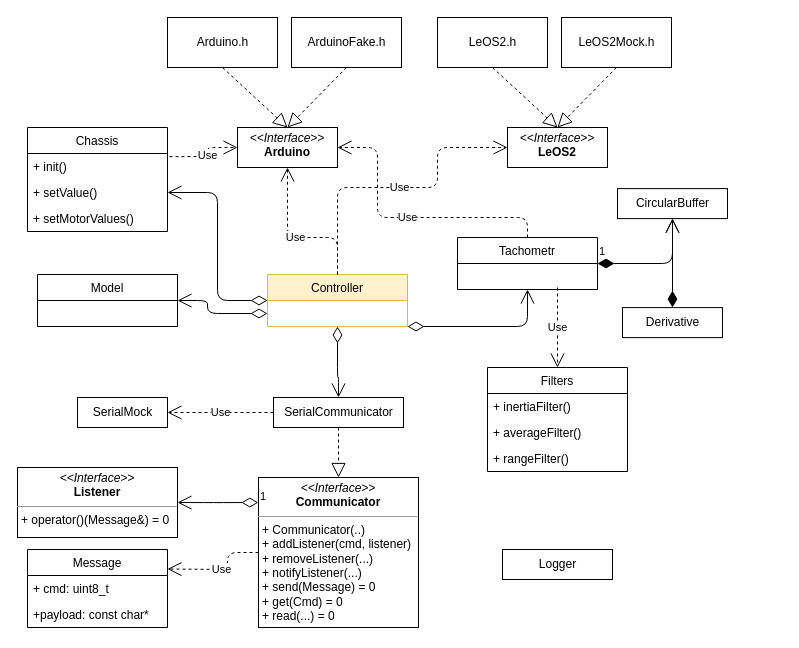
Before: hardware/nirs/docs/firmware.drawio in tamerlanchik/RoboCar, a draw.io diagram. Source tidied: cells renumbered, new cells numbered last; positions are measured from the earlier drawing's top-left corner, leaving out a move shared by most shapes. Both pictures are drawn from the tidied source at 100%, with x=0, y=0 at pixel (17, 17).
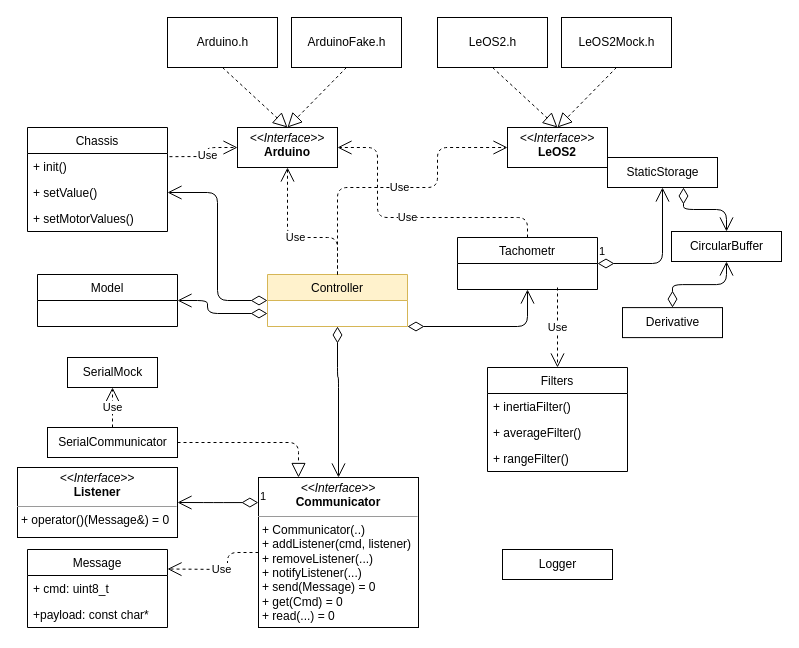
After the change.

The change refers to these unchanged cells:
```xml
<mxCell id="12" value="Controller" style="swimlane;fontStyle=0;horizontal=1;startSize=26;fillColor=#fff2cc;strokeColor=#d6b656;" parent="1" vertex="1">
  <mxGeometry x="250" y="257" width="140" height="52" as="geometry" />
</mxCell>
<mxCell id="13" value="&lt;p style=&quot;margin: 0px ; margin-top: 4px ; text-align: center&quot;&gt;&lt;i&gt;&amp;lt;&amp;lt;Interface&amp;gt;&amp;gt;&lt;/i&gt;&lt;br&gt;&lt;b&gt;Communicator&lt;/b&gt;&lt;/p&gt;&lt;hr size=&quot;1&quot;&gt;&lt;p style=&quot;margin: 0px ; margin-left: 4px&quot;&gt;&lt;/p&gt;&lt;p style=&quot;margin: 0px ; margin-left: 4px&quot;&gt;+ Communicator(..)&lt;br&gt;+ addListener(cmd, listener)&lt;/p&gt;&lt;p style=&quot;margin: 0px ; margin-left: 4px&quot;&gt;+ removeListener(...)&lt;/p&gt;&lt;p style=&quot;margin: 0px ; margin-left: 4px&quot;&gt;+ notifyListener(...)&lt;/p&gt;&lt;p style=&quot;margin: 0px ; margin-left: 4px&quot;&gt;+ send(Message) = 0&lt;/p&gt;&lt;p style=&quot;margin: 0px ; margin-left: 4px&quot;&gt;+ get(Cmd) = 0&lt;/p&gt;&lt;p style=&quot;margin: 0px ; margin-left: 4px&quot;&gt;+ read(...) = 0&lt;/p&gt;" style="verticalAlign=top;align=left;overflow=fill;fontSize=12;fontFamily=Helvetica;html=1;" parent="1" vertex="1">
  <mxGeometry x="241" y="460" width="160" height="150" as="geometry" />
</mxCell>
<mxCell id="24" value="Derivative" style="html=1;" parent="1" vertex="1">
  <mxGeometry x="605" y="290.1" width="100" height="30" as="geometry" />
</mxCell>
<mxCell id="37" value="Tachometr" style="swimlane;fontStyle=0;horizontal=1;startSize=26;fillColor=none;" parent="1" vertex="1">
  <mxGeometry x="440" y="220" width="140" height="52" as="geometry" />
</mxCell>
```

Diff of the diagram source:
```diff
@@
     <mxCell id="14" value="SerialCommunicator" style="html=1;" parent="1" vertex="1">
-      <mxGeometry x="256" y="380" width="130" height="30" as="geometry" />
+      <mxGeometry x="30" y="410" width="130" height="30" as="geometry" />
     </mxCell>
-    <mxCell id="15" style="endArrow=block;dashed=1;endFill=0;endSize=12;html=1;entryX=0.5;entryY=0;entryDx=0;entryDy=0;exitX=0.5;exitY=1;exitDx=0;exitDy=0;" parent="1" edge="1" source="14" target="13">
-      <mxGeometry relative="1" as="geometry" />
+    <mxCell id="15" style="endArrow=block;dashed=1;endFill=0;endSize=12;html=1;entryX=0.25;entryY=0;entryDx=0;entryDy=0;exitX=1;exitY=0.5;exitDx=0;exitDy=0;" parent="1" edge="1" source="14" target="13">
+      <mxGeometry relative="1" as="geometry">
+        <Array as="points">
+          <mxPoint x="281" y="425" />
+        </Array>
+      </mxGeometry>
     </mxCell>
     <mxCell id="16" value="SerialMock" style="html=1;" parent="1" vertex="1">
-      <mxGeometry x="60" y="380" width="90" height="30" as="geometry" />
+      <mxGeometry x="50" y="340" width="90" height="30" as="geometry" />
     </mxCell>
-    <mxCell id="17" value="Use" style="endArrow=open;endSize=12;dashed=1;html=1;exitX=0;exitY=0.5;exitDx=0;exitDy=0;entryX=1;entryY=0.5;entryDx=0;entryDy=0;" parent="1" edge="1" source="14" target="16">
+    <mxCell id="17" value="Use" style="endArrow=open;endSize=12;dashed=1;html=1;exitX=0.5;exitY=0;exitDx=0;exitDy=0;entryX=0.5;entryY=1;entryDx=0;entryDy=0;" parent="1" edge="1" source="14" target="16">
       <mxGeometry relative="1" as="geometry" />
     </mxCell>
@@
     <mxCell id="22" value="CircularBuffer" style="html=1;" parent="1" vertex="1">
-      <mxGeometry x="600" y="171.1" width="110" height="30" as="geometry" />
+      <mxGeometry x="654" y="214" width="110" height="30" as="geometry" />
     </mxCell>
-    <mxCell id="23" value="1" style="endArrow=open;html=1;endSize=12;startArrow=diamondThin;startSize=14;startFill=1;edgeStyle=orthogonalEdgeStyle;align=left;verticalAlign=bottom;exitX=1;exitY=0.5;exitDx=0;exitDy=0;entryX=0.5;entryY=1;entryDx=0;entryDy=0;" parent="1" edge="1" source="37" target="22">
+    <mxCell id="23" value="1" style="endArrow=open;html=1;endSize=12;startArrow=diamondThin;startSize=14;startFill=0;edgeStyle=orthogonalEdgeStyle;align=left;verticalAlign=bottom;exitX=1;exitY=0.5;exitDx=0;exitDy=0;entryX=0.5;entryY=1;entryDx=0;entryDy=0;" parent="1" edge="1" source="37" target="49">
       <mxGeometry x="-1" y="3" relative="1" as="geometry" />
     </mxCell>
@@
-    <mxCell id="25" style="endArrow=open;html=1;endSize=12;startArrow=diamondThin;startSize=14;startFill=1;edgeStyle=orthogonalEdgeStyle;align=left;verticalAlign=bottom;exitX=0.5;exitY=0;exitDx=0;exitDy=0;entryX=0.5;entryY=1;entryDx=0;entryDy=0;" parent="1" edge="1" source="24" target="22">
+    <mxCell id="25" style="endArrow=open;html=1;endSize=12;startArrow=diamondThin;startSize=14;startFill=0;edgeStyle=orthogonalEdgeStyle;align=left;verticalAlign=bottom;exitX=0.5;exitY=0;exitDx=0;exitDy=0;entryX=0.5;entryY=1;entryDx=0;entryDy=0;" parent="1" edge="1" source="24" target="22">
       <mxGeometry x="-1" y="3" relative="1" as="geometry" />
     </mxCell>
@@
-    <mxCell id="45" style="endArrow=open;html=1;endSize=12;startArrow=diamondThin;startSize=14;startFill=0;edgeStyle=orthogonalEdgeStyle;align=left;verticalAlign=bottom;exitX=0.5;exitY=1;exitDx=0;exitDy=0;entryX=0.5;entryY=0;entryDx=0;entryDy=0;" parent="1" edge="1" source="12" target="14">
+    <mxCell id="45" style="endArrow=open;html=1;endSize=12;startArrow=diamondThin;startSize=14;startFill=0;edgeStyle=orthogonalEdgeStyle;align=left;verticalAlign=bottom;exitX=0.5;exitY=1;exitDx=0;exitDy=0;entryX=0.5;entryY=0;entryDx=0;entryDy=0;" parent="1" edge="1" source="12" target="13">
       <mxGeometry x="-1" y="3" relative="1" as="geometry">
         <Array as="points">
           <mxPoint x="320" y="360" />
           <mxPoint x="321" y="360" />
         </Array>
       </mxGeometry>
     </mxCell>
@@
+    <mxCell id="49" value="StaticStorage" style="html=1;" parent="1" vertex="1">
+      <mxGeometry x="590" y="140" width="110" height="30" as="geometry" />
+    </mxCell>
+    <mxCell id="50" style="endArrow=open;html=1;endSize=12;startArrow=diamondThin;startSize=14;startFill=0;edgeStyle=orthogonalEdgeStyle;align=left;verticalAlign=bottom;exitX=0.691;exitY=1;exitDx=0;exitDy=0;entryX=0.5;entryY=0;entryDx=0;entryDy=0;exitPerimeter=0;" parent="1" edge="1" source="49" target="22">
+      <mxGeometry x="-1" y="3" relative="1" as="geometry" />
+    </mxCell>
```
